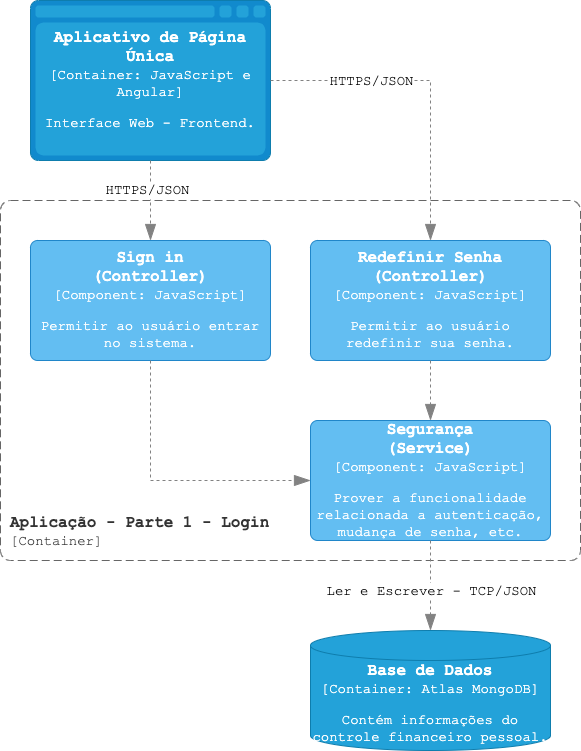
GVBP/CatolicaSC-Portfolio keeps this draw.io diagram as docs/C4ComponenteLogin.png. Above is the earlier version. Source tidied: cells renumbered, new cells last; positions are measured from the earlier drawing's top-left corner, leaving out a move shared by most shapes.
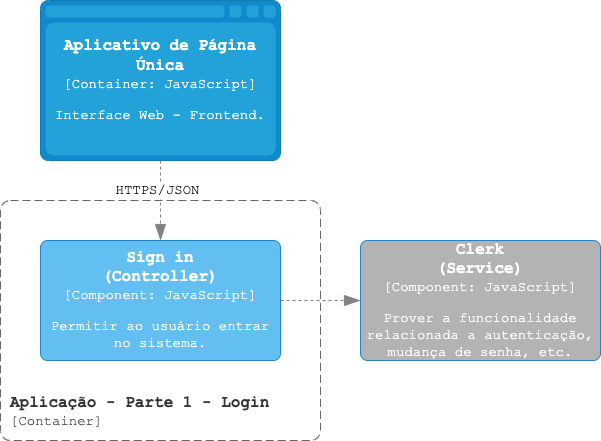
The same file after the commit.

Change to the diagram source:
```diff
@@ -4,34 +4,24 @@
     <mxCell id="1" parent="0" />
     <object id="2" label="&lt;font style=&quot;font-size: 16px; font-family: 'Courier New'&quot;&gt;&lt;b&gt;%c4Name%&lt;/b&gt;&lt;/font&gt;&lt;div&gt;&lt;font style=&quot;font-size: 14px; font-family: 'Courier New'&quot;&gt;[%c4Type%: %c4Technology%]&lt;/font&gt;&lt;/div&gt;&lt;br&gt;&lt;div&gt;&lt;font style=&quot;font-size: 14px; font-family: 'Courier New'&quot;&gt;%c4Description%&lt;/font&gt;&lt;/div&gt;" c4Description="Permitir ao usuário entrar no sistema." c4Name="Sign in&#10;(Controller)" c4Technology="JavaScript" c4Type="Component" placeholders="1">
       <mxCell style="rounded=1;whiteSpace=wrap;html=1;labelBackgroundColor=none;fillColor=#63BEF2;fontColor=#ffffff;align=center;arcSize=6;strokeColor=#2086C9;points=[[0.25,0,0],[0.5,0,0],[0.75,0,0],[1,0.25,0],[1,0.5,0],[1,0.75,0],[0.75,1,0],[0.5,1,0],[0.25,1,0],[0,0.75,0],[0,0.5,0],[0,0.25,0]];" parent="1" vertex="1">
-        <mxGeometry x="30" y="240" width="240" height="120" as="geometry" />
+        <mxGeometry x="70" y="240" width="240" height="120" as="geometry" />
       </mxCell>
     </object>
-    <object id="3" label="&lt;font style=&quot;font-size: 16px; font-family: 'Courier New'&quot;&gt;&lt;b&gt;%c4Name%&lt;/b&gt;&lt;/font&gt;&lt;div&gt;&lt;font style=&quot;font-size: 14px; font-family: 'Courier New'&quot;&gt;[%c4Type%: %c4Technology%]&lt;/font&gt;&lt;/div&gt;&lt;br&gt;&lt;div&gt;&lt;font style=&quot;font-size: 14px; font-family: 'Courier New'&quot;&gt;%c4Description%&lt;/font&gt;&lt;/div&gt;" c4Description="Prover a funcionalidade relacionada a autenticação, mudança de senha, etc." c4Name="Segurança&#10;(Service)" c4Technology="JavaScript" c4Type="Component" placeholders="1">
-      <mxCell style="rounded=1;whiteSpace=wrap;html=1;labelBackgroundColor=none;fillColor=#63BEF2;fontColor=#ffffff;align=center;arcSize=6;strokeColor=#2086C9;points=[[0.25,0,0],[0.5,0,0],[0.75,0,0],[1,0.25,0],[1,0.5,0],[1,0.75,0],[0.75,1,0],[0.5,1,0],[0.25,1,0],[0,0.75,0],[0,0.5,0],[0,0.25,0]];" parent="1" vertex="1">
-        <mxGeometry x="310" y="420" width="240" height="120" as="geometry" />
+    <object id="3" label="&lt;font style=&quot;font-size: 16px; font-family: 'Courier New'&quot;&gt;&lt;b&gt;%c4Name%&lt;/b&gt;&lt;/font&gt;&lt;div&gt;&lt;font style=&quot;font-size: 14px; font-family: 'Courier New'&quot;&gt;[%c4Type%: %c4Technology%]&lt;/font&gt;&lt;/div&gt;&lt;br&gt;&lt;div&gt;&lt;font style=&quot;font-size: 14px; font-family: 'Courier New'&quot;&gt;%c4Description%&lt;/font&gt;&lt;/div&gt;" c4Description="Prover a funcionalidade relacionada a autenticação, mudança de senha, etc." c4Name="Clerk&#10;(Service)" c4Technology="JavaScript" c4Type="Component" placeholders="1">
+      <mxCell style="rounded=1;whiteSpace=wrap;html=1;labelBackgroundColor=none;fillColor=#B3B3B3;fontColor=#ffffff;align=center;arcSize=6;strokeColor=#2086C9;points=[[0.25,0,0],[0.5,0,0],[0.75,0,0],[1,0.25,0],[1,0.5,0],[1,0.75,0],[0.75,1,0],[0.5,1,0],[0.25,1,0],[0,0.75,0],[0,0.5,0],[0,0.25,0]];" parent="1" vertex="1">
+        <mxGeometry x="390" y="240" width="240" height="120" as="geometry" />
       </mxCell>
     </object>
-    <object id="4" label="&lt;font style=&quot;font-size: 16px; font-family: 'Courier New'&quot;&gt;&lt;b&gt;%c4Name%&lt;/b&gt;&lt;/font&gt;&lt;div&gt;&lt;font style=&quot;font-size: 14px; font-family: 'Courier New'&quot;&gt;[%c4Type%: %c4Technology%]&lt;/font&gt;&lt;/div&gt;&lt;br&gt;&lt;div&gt;&lt;font style=&quot;font-size: 14px; font-family: 'Courier New'&quot;&gt;%c4Description%&lt;/font&gt;&lt;/div&gt;" c4Description="Permitir ao usuário redefinir sua senha." c4Name="Redefinir Senha&#10;(Controller)" c4Technology="JavaScript" c4Type="Component" placeholders="1">
-      <mxCell style="rounded=1;whiteSpace=wrap;html=1;labelBackgroundColor=none;fillColor=#63BEF2;fontColor=#ffffff;align=center;arcSize=6;strokeColor=#2086C9;points=[[0.25,0,0],[0.5,0,0],[0.75,0,0],[1,0.25,0],[1,0.5,0],[1,0.75,0],[0.75,1,0],[0.5,1,0],[0.25,1,0],[0,0.75,0],[0,0.5,0],[0,0.25,0]];" parent="1" vertex="1">
-        <mxGeometry x="310" y="240" width="240" height="120" as="geometry" />
-      </mxCell>
-    </object>
-    <object id="5" label="&lt;font style=&quot;font-size: 16px; font-family: 'Courier New'&quot;&gt;&lt;b&gt;%c4Name%&lt;/b&gt;&lt;/font&gt;&lt;div&gt;&lt;font style=&quot;font-size: 14px; font-family: 'Courier New'&quot;&gt;[%c4Type%:&amp;nbsp;%c4Technology%]&lt;/font&gt;&lt;/div&gt;&lt;br&gt;&lt;div&gt;&lt;font style=&quot;font-size: 14px; font-family: 'Courier New'&quot;&gt;%c4Description%&lt;/font&gt;&lt;/div&gt;" c4Description="Interface Web - Frontend." c4Name="Aplicativo de Página Única" c4Technology="JavaScript e Angular" c4Type="Container" placeholders="1">
+    <object id="5" label="&lt;font style=&quot;font-size: 16px; font-family: 'Courier New'&quot;&gt;&lt;b&gt;%c4Name%&lt;/b&gt;&lt;/font&gt;&lt;div&gt;&lt;font style=&quot;font-size: 14px; font-family: 'Courier New'&quot;&gt;[%c4Type%:&amp;nbsp;%c4Technology%]&lt;/font&gt;&lt;/div&gt;&lt;br&gt;&lt;div&gt;&lt;font style=&quot;font-size: 14px; font-family: 'Courier New'&quot;&gt;%c4Description%&lt;/font&gt;&lt;/div&gt;" c4Description="Interface Web - Frontend." c4Name="Aplicativo de Página Única" c4Technology="JavaScript" c4Type="Container" placeholders="1">
       <mxCell style="shape=mxgraph.c4.webBrowserContainer2;whiteSpace=wrap;html=1;boundedLbl=1;rounded=0;labelBackgroundColor=none;strokeColor=#118ACD;fillColor=#23A2D9;strokeColor=#118ACD;strokeColor2=#0E7DAD;fontSize=12;fontColor=#ffffff;align=center;points=[[0.5,0,0],[1,0.25,0],[1,0.5,0],[1,0.75,0],[0.5,1,0],[0,0.75,0],[0,0.5,0],[0,0.25,0]];" parent="1" vertex="1">
-        <mxGeometry x="30" width="240" height="160" as="geometry" />
+        <mxGeometry x="70" width="240" height="160" as="geometry" />
       </mxCell>
     </object>
     <object id="6" label="&lt;font style=&quot;font-size: 16px; font-family: 'Courier New'&quot;&gt;&lt;b&gt;&lt;div style=&quot;text-align: left&quot;&gt;%c4Name%&lt;/div&gt;&lt;/b&gt;&lt;/font&gt;&lt;div style=&quot;text-align: left; font-size: 14px; font-family: 'Courier New'&quot;&gt;[%c4Application%]&lt;/div&gt;" c4Application="Container" c4Name="Aplicação - Parte 1 - Login" c4Type="Limite do Escopo do Sistema" placeholders="1">
       <mxCell style="rounded=1;fontSize=11;whiteSpace=wrap;html=1;dashed=1;arcSize=20;fillColor=none;strokeColor=#666666;fontColor=#333333;labelBackgroundColor=none;align=left;verticalAlign=bottom;labelBorderColor=none;spacingTop=0;spacing=10;dashPattern=8 4;perimeter=rectanglePerimeter;noLabel=0;labelPadding=0;absoluteArcSize=1;" parent="1" vertex="1">
-        <mxGeometry y="200" width="580" height="360" as="geometry" />
+        <mxGeometry x="30" y="200" width="320" height="240" as="geometry" />
       </mxCell>
     </object>
-    <object id="7" label="&lt;font style=&quot;font-size: 16px; font-family: 'Courier New'&quot;&gt;&lt;b&gt;%c4Name%&lt;/b&gt;&lt;/font&gt;&lt;div&gt;&lt;div&gt;&lt;font style=&quot;font-size: 14px; font-family: 'Courier New'&quot;&gt;[%c4Type%:&amp;nbsp;%c4Technology%]&lt;/font&gt;&lt;/div&gt;&lt;br&gt;&lt;div&gt;&lt;font style=&quot;font-size: 14px; font-family: 'Courier New'&quot;&gt;%c4Description%&lt;/font&gt;&lt;/div&gt;" c4Description="Contém informações do controle financeiro pessoal." c4Name="Base de Dados" c4Technology="Atlas MongoDB" c4Type="Container" placeholders="1">
-      <mxCell style="shape=cylinder3;size=15;whiteSpace=wrap;html=1;boundedLbl=1;rounded=0;labelBackgroundColor=none;fillColor=#23A2D9;fontSize=12;fontColor=#ffffff;align=center;strokeColor=#0E7DAD;points=[[0.5,0,0],[1,0.25,0],[1,0.5,0],[1,0.75,0],[0.5,1,0],[0,0.75,0],[0,0.5,0],[0,0.25,0]];" parent="1" vertex="1">
-        <mxGeometry x="310" y="630" width="240" height="120" as="geometry" />
-      </mxCell>
-    </object>
     <object id="8" label="" c4Type="Relationship" placeholders="1">
       <mxCell style="endArrow=blockThin;html=1;fontSize=10;fontColor=#404040;strokeWidth=1;endFill=1;strokeColor=#828282;elbow=vertical;endSize=14;startSize=14;jumpStyle=arc;jumpSize=16;rounded=0;edgeStyle=orthogonalEdgeStyle;entryX=0.5;entryY=0;entryDx=0;entryDy=0;entryPerimeter=0;exitX=0.5;exitY=1;exitDx=0;exitDy=0;exitPerimeter=0;dashed=1;" parent="1" edge="1" source="5" target="2">
         <mxGeometry relative="1" as="geometry" />
@@ -40,35 +30,15 @@
     <mxCell id="9" value="&lt;font style=&quot;font-size: 14px;&quot; face=&quot;Courier New&quot;&gt;HTTPS/JSON&lt;/font&gt;" style="edgeLabel;html=1;align=center;verticalAlign=middle;labelBackgroundColor=default;" parent="8" vertex="1">
       <mxGeometry x="-0.29" y="-4" relative="1" as="geometry" />
     </mxCell>
-    <object id="10" label="" c4Type="Relationship" placeholders="1">
-      <mxCell style="endArrow=blockThin;html=1;fontSize=10;fontColor=#404040;strokeWidth=1;endFill=1;strokeColor=#828282;elbow=vertical;endSize=14;startSize=14;jumpStyle=arc;jumpSize=16;rounded=0;edgeStyle=orthogonalEdgeStyle;entryX=0.5;entryY=0;entryDx=0;entryDy=0;entryPerimeter=0;exitX=1;exitY=0.5;exitDx=0;exitDy=0;exitPerimeter=0;dashed=1;" parent="1" edge="1" source="5" target="4">
-        <mxGeometry relative="1" as="geometry" />
-      </mxCell>
-    </object>
-    <mxCell id="11" value="&lt;font style=&quot;font-size: 14px;&quot; face=&quot;Courier New&quot;&gt;HTTPS/JSON&lt;/font&gt;" style="edgeLabel;html=1;align=center;verticalAlign=middle;labelBackgroundColor=default;" parent="10" vertex="1">
-      <mxGeometry x="-0.19" y="2" relative="1" as="geometry">
-        <mxPoint x="-30" y="2" as="offset" />
-      </mxGeometry>
-    </mxCell>
     <object id="12" label="" c4Type="Relationship" placeholders="1">
-      <mxCell style="endArrow=blockThin;html=1;fontSize=10;fontColor=#404040;strokeWidth=1;endFill=1;strokeColor=#828282;elbow=vertical;endSize=14;startSize=14;jumpStyle=arc;jumpSize=16;rounded=0;edgeStyle=orthogonalEdgeStyle;exitX=0.5;exitY=1;exitDx=0;exitDy=0;exitPerimeter=0;entryX=0;entryY=0.5;entryDx=0;entryDy=0;entryPerimeter=0;dashed=1;" parent="1" edge="1" source="2" target="3">
-        <mxGeometry relative="1" as="geometry" />
+      <mxCell style="endArrow=blockThin;html=1;fontSize=10;fontColor=#404040;strokeWidth=1;endFill=1;strokeColor=#828282;elbow=vertical;endSize=14;startSize=14;jumpStyle=arc;jumpSize=16;rounded=0;edgeStyle=orthogonalEdgeStyle;exitX=1;exitY=0.5;exitDx=0;exitDy=0;exitPerimeter=0;entryX=0;entryY=0.5;entryDx=0;entryDy=0;entryPerimeter=0;dashed=1;" parent="1" edge="1" source="2" target="3">
+        <mxGeometry relative="1" as="geometry">
+          <Array as="points">
+            <mxPoint x="350" y="300" />
+            <mxPoint x="350" y="300" />
+          </Array>
+        </mxGeometry>
       </mxCell>
     </object>
-    <object id="13" label="" c4Type="Relationship" placeholders="1">
-      <mxCell style="endArrow=blockThin;html=1;fontSize=10;fontColor=#404040;strokeWidth=1;endFill=1;strokeColor=#828282;elbow=vertical;endSize=14;startSize=14;jumpStyle=arc;jumpSize=16;rounded=0;edgeStyle=orthogonalEdgeStyle;exitX=0.5;exitY=1;exitDx=0;exitDy=0;exitPerimeter=0;entryX=0.5;entryY=0;entryDx=0;entryDy=0;entryPerimeter=0;dashed=1;" parent="1" edge="1" source="4" target="3">
-        <mxGeometry relative="1" as="geometry" />
-      </mxCell>
-    </object>
-    <object id="14" label="" c4Type="Relationship" placeholders="1">
-      <mxCell style="endArrow=blockThin;html=1;fontSize=10;fontColor=#404040;strokeWidth=1;endFill=1;strokeColor=#828282;elbow=vertical;endSize=14;startSize=14;jumpStyle=arc;jumpSize=16;rounded=0;edgeStyle=orthogonalEdgeStyle;exitX=0.5;exitY=1;exitDx=0;exitDy=0;exitPerimeter=0;entryX=0.5;entryY=0;entryDx=0;entryDy=0;entryPerimeter=0;dashed=1;" parent="1" edge="1" source="3" target="7">
-        <mxGeometry relative="1" as="geometry" />
-      </mxCell>
-    </object>
-    <mxCell id="15" value="&lt;font style=&quot;font-size: 14px;&quot; face=&quot;Courier New&quot;&gt;Ler e Escrever - TCP/JSON&lt;/font&gt;" style="edgeLabel;html=1;align=center;verticalAlign=middle;" parent="14" vertex="1">
-      <mxGeometry x="-0.83" y="-3" relative="1" as="geometry">
-        <mxPoint x="3" y="43" as="offset" />
-      </mxGeometry>
-    </mxCell>
   </root>
 </mxGraphModel>
```
